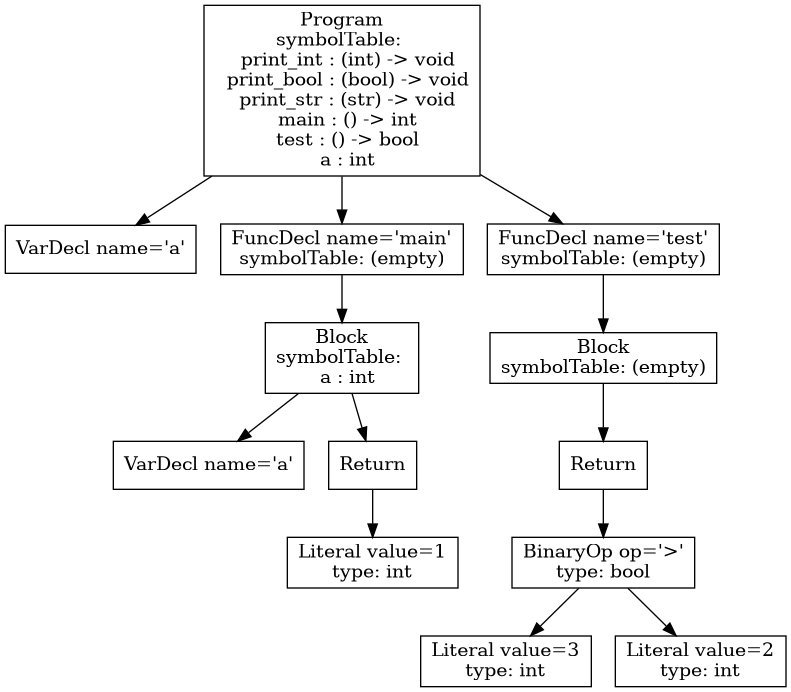
purejerome/cs432_project keeps this Graphviz diagram as p3-analysis/tree.png. Above is the earlier version. Its source is kept beside it as p3-analysis/tree.dot.
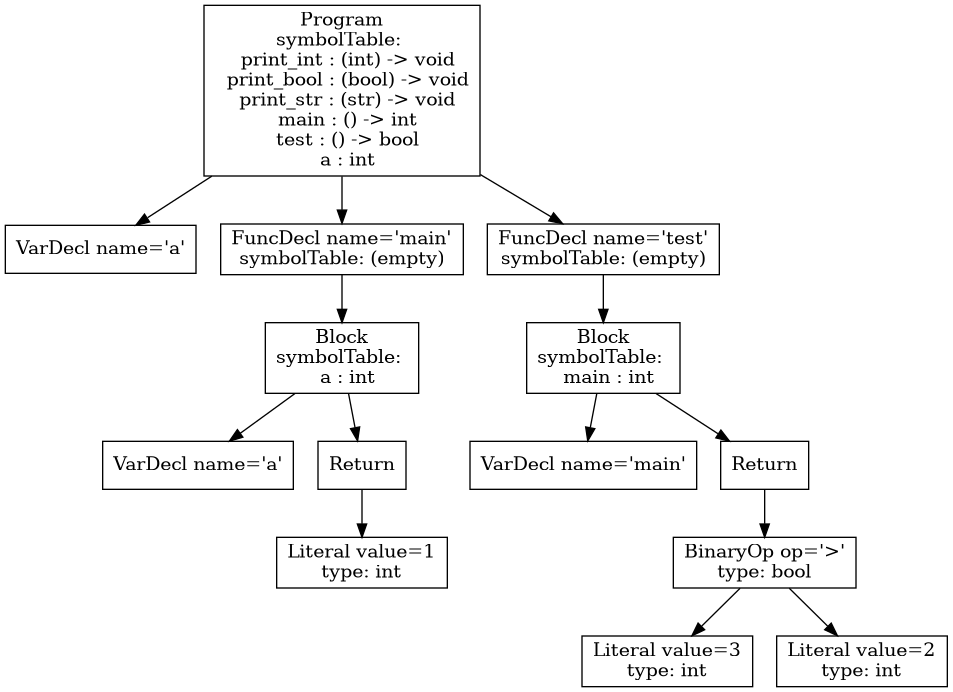
After the commit.

What changed in the source:
```diff
@@ -9,15 +9,17 @@
 3 -> 5;
 2 [shape=box, label="FuncDecl name='main'\nsymbolTable: (empty)"];
 2 -> 3;
-11 [shape=box, label="Literal value=3\ntype: int"];
-12 [shape=box, label="Literal value=2\ntype: int"];
-10 [shape=box, label="BinaryOp op='>'\ntype: bool"];
+9 [shape=box, label="VarDecl name='main'"];
+12 [shape=box, label="Literal value=3\ntype: int"];
+13 [shape=box, label="Literal value=2\ntype: int"];
+11 [shape=box, label="BinaryOp op='>'\ntype: bool"];
+11 -> 12;
+11 -> 13;
+10 [shape=box, label="Return"];
 10 -> 11;
-10 -> 12;
-9 [shape=box, label="Return"];
-9 -> 10;
-8 [shape=box, label="Block\nsymbolTable: (empty)"];
+8 [shape=box, label="Block\nsymbolTable: \n  main : int"];
 8 -> 9;
+8 -> 10;
 7 [shape=box, label="FuncDecl name='test'\nsymbolTable: (empty)"];
 7 -> 8;
 0 [shape=box, label="Program\nsymbolTable: \n  print_int : (int) -> void\n  print_bool : (bool) -> void\n  print_str : (str) -> void\n  main : () -> int\n  test : () -> bool\n  a : int"];
```
